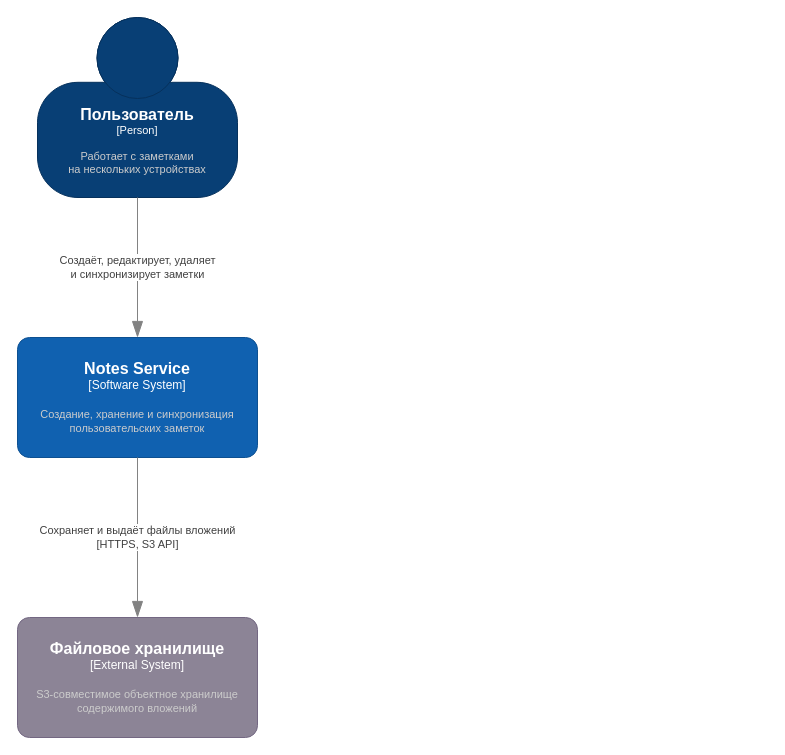
Before: page "System Context" (1 of 2) of docs/architecture/c4-diagram.drawio in IlyaChern12/Notes-Service, a draw.io diagram. Source tidied: cells renumbered, new cells numbered last; positions are measured from the earlier drawing's top-left corner, leaving out a move shared by most shapes. Both pictures are drawn from the tidied source at 100%, with x=0, y=0 at pixel (17, 17).
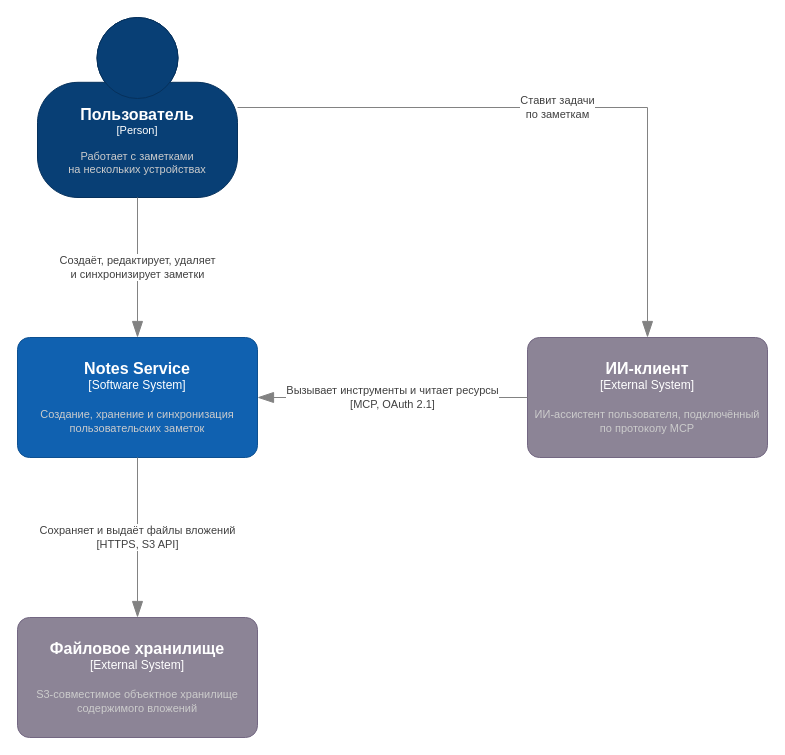
The same page after the edit.

Change to the diagram source:
```diff
@@
 <mxGraphModel>
   <root>
     <mxCell id="0" />
     <mxCell id="1" parent="0" />
     <object id="2" label="&lt;font style=&quot;font-size: 16px&quot;&gt;&lt;b&gt;%c4Name%&lt;/b&gt;&lt;/font&gt;&lt;div&gt;[%c4Type%]&lt;/div&gt;&lt;br&gt;&lt;div&gt;&lt;font style=&quot;font-size: 11px&quot;&gt;&lt;font color=&quot;#cccccc&quot;&gt;%c4Description%&lt;/font&gt;&lt;/div&gt;" c4Description="Работает с заметками&amp;#xa;на нескольких устройствах" c4Name="Пользователь" c4Type="Person" placeholders="1">
       <mxCell style="html=1;fontSize=11;dashed=0;whiteSpace=wrap;fillColor=#083F75;strokeColor=#06315C;fontColor=#ffffff;shape=mxgraph.c4.person2;align=center;points=[[0.5,0,0],[1,0.5,0],[1,0.75,0],[0.75,1,0],[0.5,1,0],[0.25,1,0],[0,0.75,0],[0,0.5,0]];" parent="1" vertex="1">
         <mxGeometry x="20" width="200" height="180" as="geometry" />
       </mxCell>
     </object>
     <object id="3" label="&lt;font style=&quot;font-size: 16px&quot;&gt;&lt;b&gt;%c4Name%&lt;/b&gt;&lt;/font&gt;&lt;div&gt;[%c4Type%]&lt;/div&gt;&lt;br&gt;&lt;div&gt;&lt;font style=&quot;font-size: 11px&quot;&gt;&lt;font color=&quot;#cccccc&quot;&gt;%c4Description%&lt;/font&gt;&lt;/div&gt;" c4Description="Создание, хранение и синхронизация пользовательских заметок" c4Name="Notes Service" c4Type="Software System" placeholders="1">
       <mxCell style="rounded=1;whiteSpace=wrap;html=1;labelBackgroundColor=none;fillColor=#1061B0;fontColor=#ffffff;align=center;arcSize=10;strokeColor=#0D5091;points=[[0.25,0,0],[0.5,0,0],[0.75,0,0],[1,0.25,0],[1,0.5,0],[1,0.75,0],[0.75,1,0],[0.5,1,0],[0.25,1,0],[0,0.75,0],[0,0.5,0],[0,0.25,0]];" parent="1" vertex="1">
         <mxGeometry y="320" width="240" height="120" as="geometry" />
       </mxCell>
     </object>
     <object id="4" label="&lt;font style=&quot;font-size: 16px&quot;&gt;&lt;b&gt;%c4Name%&lt;/b&gt;&lt;/font&gt;&lt;div&gt;[%c4Type%]&lt;/div&gt;&lt;br&gt;&lt;div&gt;&lt;font style=&quot;font-size: 11px&quot;&gt;&lt;font color=&quot;#cccccc&quot;&gt;%c4Description%&lt;/font&gt;&lt;/div&gt;" c4Description="S3-совместимое объектное хранилище содержимого вложений" c4Name="Файловое хранилище" c4Type="External System" placeholders="1">
       <mxCell style="rounded=1;whiteSpace=wrap;html=1;labelBackgroundColor=none;fillColor=#8C8496;fontColor=#ffffff;align=center;arcSize=10;strokeColor=#736782;points=[[0.25,0,0],[0.5,0,0],[0.75,0,0],[1,0.25,0],[1,0.5,0],[1,0.75,0],[0.75,1,0],[0.5,1,0],[0.25,1,0],[0,0.75,0],[0,0.5,0],[0,0.25,0]];" parent="1" vertex="1">
         <mxGeometry y="600" width="240" height="120" as="geometry" />
       </mxCell>
     </object>
     <mxCell id="5" value="Создаёт, редактирует, удаляет&lt;br&gt;и синхронизирует заметки" style="endArrow=blockThin;html=1;fontSize=11;fontColor=#404040;strokeWidth=1;endFill=1;strokeColor=#828282;elbow=vertical;endSize=14;startSize=14;jumpStyle=arc;jumpSize=16;rounded=0;edgeStyle=orthogonalEdgeStyle;labelBackgroundColor=#FFFFFF;" parent="1" edge="1" source="2" target="3">
       <mxGeometry relative="1" as="geometry" />
     </mxCell>
     <mxCell id="6" value="Сохраняет и выдаёт файлы вложений&lt;br&gt;[HTTPS, S3 API]" style="endArrow=blockThin;html=1;fontSize=11;fontColor=#404040;strokeWidth=1;endFill=1;strokeColor=#828282;elbow=vertical;endSize=14;startSize=14;jumpStyle=arc;jumpSize=16;rounded=0;edgeStyle=orthogonalEdgeStyle;labelBackgroundColor=#FFFFFF;" parent="1" edge="1" source="3" target="4">
       <mxGeometry relative="1" as="geometry" />
     </mxCell>
+    <object id="7" label="&lt;font style=&quot;font-size: 16px&quot;&gt;&lt;b&gt;%c4Name%&lt;/b&gt;&lt;/font&gt;&lt;div&gt;[%c4Type%]&lt;/div&gt;&lt;br&gt;&lt;div&gt;&lt;font style=&quot;font-size: 11px&quot;&gt;&lt;font color=&quot;#cccccc&quot;&gt;%c4Description%&lt;/font&gt;&lt;/div&gt;" c4Description="ИИ-ассистент пользователя, подключённый по протоколу MCP" c4Name="ИИ-клиент" c4Type="External System" placeholders="1">
+      <mxCell style="rounded=1;whiteSpace=wrap;html=1;labelBackgroundColor=none;fillColor=#8C8496;fontColor=#ffffff;align=center;arcSize=10;strokeColor=#736782;points=[[0.25,0,0],[0.5,0,0],[0.75,0,0],[1,0.25,0],[1,0.5,0],[1,0.75,0],[0.75,1,0],[0.5,1,0],[0.25,1,0],[0,0.75,0],[0,0.5,0],[0,0.25,0]];" parent="1" vertex="1">
+        <mxGeometry x="510" y="320" width="240" height="120" as="geometry" />
+      </mxCell>
+    </object>
+    <mxCell id="8" value="Ставит задачи&lt;br&gt;по заметкам" style="endArrow=blockThin;html=1;fontSize=11;fontColor=#404040;strokeWidth=1;endFill=1;strokeColor=#828282;elbow=vertical;endSize=14;startSize=14;jumpStyle=arc;jumpSize=16;rounded=0;edgeStyle=orthogonalEdgeStyle;labelBackgroundColor=#FFFFFF;exitX=1;exitY=0.5;exitDx=0;exitDy=0;exitPerimeter=0;entryX=0.5;entryY=0;entryDx=0;entryDy=0;entryPerimeter=0;" parent="1" edge="1" source="2" target="7">
+      <mxGeometry relative="1" as="geometry" />
+    </mxCell>
+    <mxCell id="9" value="Вызывает инструменты и читает ресурсы&lt;br&gt;[MCP, OAuth 2.1]" style="endArrow=blockThin;html=1;fontSize=11;fontColor=#404040;strokeWidth=1;endFill=1;strokeColor=#828282;elbow=vertical;endSize=14;startSize=14;jumpStyle=arc;jumpSize=16;rounded=0;edgeStyle=orthogonalEdgeStyle;labelBackgroundColor=#FFFFFF;exitX=0;exitY=0.5;exitDx=0;exitDy=0;exitPerimeter=0;entryX=1;entryY=0.5;entryDx=0;entryDy=0;entryPerimeter=0;" parent="1" edge="1" source="7" target="3">
+      <mxGeometry relative="1" as="geometry" />
+    </mxCell>
   </root>
 </mxGraphModel>
```
